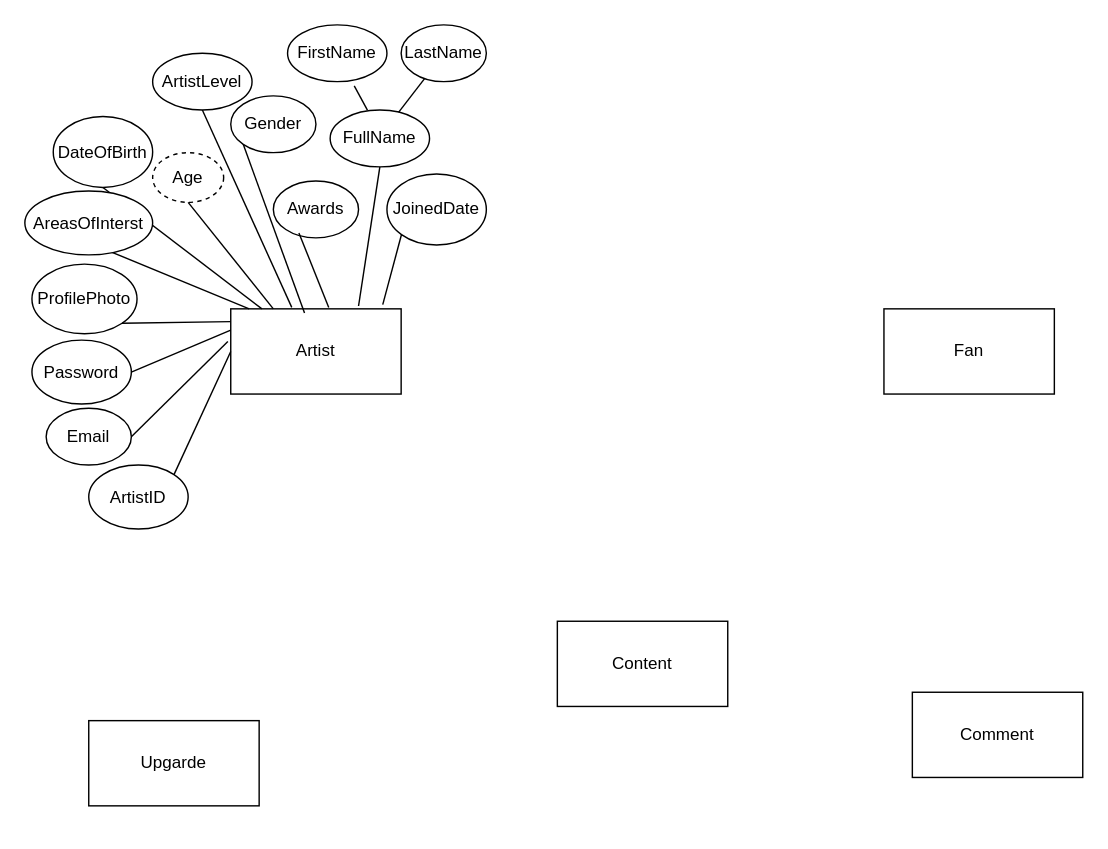
Earlier version of the draw.io diagram Untitled Diagram.drawio (deleshan/puthurep). Source tidied: cells renumbered, new cells numbered last; positions are measured from the earlier drawing's top-left corner, leaving out a move shared by most shapes. Both pictures are drawn from the tidied source at 142%, with x=0, y=0 at pixel (24, 24).
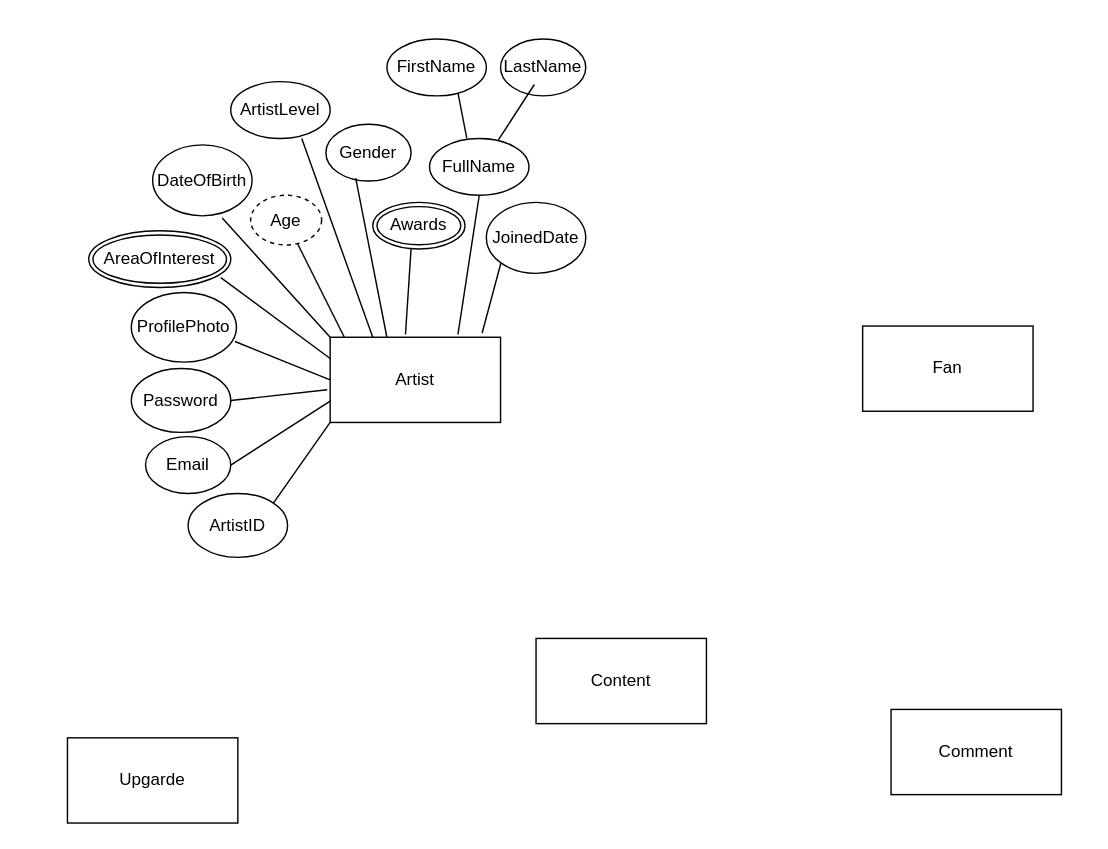
The same page after the edit.

Diff of the diagram source:
```diff
@@
     <mxCell id="2" value="Artist" style="rounded=0;whiteSpace=wrap;html=1;" parent="1" vertex="1">
-      <mxGeometry x="145" y="200" width="120" height="60" as="geometry" />
+      <mxGeometry x="215" y="220" width="120" height="60" as="geometry" />
     </mxCell>
     <mxCell id="3" value="Fan" style="rounded=0;whiteSpace=wrap;html=1;" parent="1" vertex="1">
-      <mxGeometry x="605" y="200" width="120" height="60" as="geometry" />
+      <mxGeometry x="590" y="212.1" width="120" height="60" as="geometry" />
     </mxCell>
     <mxCell id="4" value="Content" style="rounded=0;whiteSpace=wrap;html=1;" parent="1" vertex="1">
-      <mxGeometry x="375" y="420" width="120" height="60" as="geometry" />
+      <mxGeometry x="360" y="432.1" width="120" height="60" as="geometry" />
     </mxCell>
     <mxCell id="5" value="Comment" style="rounded=0;whiteSpace=wrap;html=1;" parent="1" vertex="1">
-      <mxGeometry x="625" y="470" width="120" height="60" as="geometry" />
+      <mxGeometry x="610" y="482.1" width="120" height="60" as="geometry" />
     </mxCell>
     <mxCell id="6" value="Upgarde" style="rounded=0;whiteSpace=wrap;html=1;" parent="1" vertex="1">
-      <mxGeometry x="45" y="490" width="120" height="60" as="geometry" />
+      <mxGeometry x="30" y="502.1" width="120" height="60" as="geometry" />
     </mxCell>
     <mxCell id="7" value="Email" style="ellipse;whiteSpace=wrap;html=1;" parent="1" vertex="1">
-      <mxGeometry x="15" y="270" width="60" height="40" as="geometry" />
+      <mxGeometry x="85" y="290" width="60" height="40" as="geometry" />
     </mxCell>
     <mxCell id="8" value="Password" style="ellipse;whiteSpace=wrap;html=1;" parent="1" vertex="1">
-      <mxGeometry x="5" y="222" width="70" height="45" as="geometry" />
+      <mxGeometry x="75" y="242" width="70" height="45" as="geometry" />
     </mxCell>
     <mxCell id="9" value="ProfilePhoto" style="ellipse;whiteSpace=wrap;html=1;" parent="1" vertex="1">
-      <mxGeometry x="5" y="168.5" width="74" height="49" as="geometry" />
+      <mxGeometry x="75" y="188.5" width="74" height="49" as="geometry" />
     </mxCell>
     <mxCell id="10" value="Age" style="ellipse;whiteSpace=wrap;html=1;dashed=1;" parent="1" vertex="1">
-      <mxGeometry x="90" y="90" width="50" height="35" as="geometry" />
+      <mxGeometry x="159" y="120" width="50" height="35" as="geometry" />
     </mxCell>
     <mxCell id="11" value="DateOfBirth" style="ellipse;whiteSpace=wrap;html=1;" parent="1" vertex="1">
-      <mxGeometry x="20" y="64.5" width="70" height="50" as="geometry" />
+      <mxGeometry x="90" y="84.5" width="70" height="50" as="geometry" />
     </mxCell>
     <mxCell id="12" value="FullName" style="ellipse;whiteSpace=wrap;html=1;" parent="1" vertex="1">
-      <mxGeometry x="215" y="60" width="70" height="40" as="geometry" />
+      <mxGeometry x="285" y="80" width="70" height="40" as="geometry" />
     </mxCell>
     <mxCell id="13" value="ArtistLevel" style="ellipse;whiteSpace=wrap;html=1;" parent="1" vertex="1">
-      <mxGeometry x="90" y="20" width="70" height="40" as="geometry" />
+      <mxGeometry x="145" y="40" width="70" height="40" as="geometry" />
     </mxCell>
-    <mxCell id="14" value="Awards" style="ellipse;whiteSpace=wrap;html=1;" parent="1" vertex="1">
-      <mxGeometry x="175" y="110" width="60" height="40" as="geometry" />
-    </mxCell>
     <mxCell id="15" value="Gender" style="ellipse;whiteSpace=wrap;html=1;" parent="1" vertex="1">
-      <mxGeometry x="145" y="50" width="60" height="40" as="geometry" />
+      <mxGeometry x="212" y="70" width="60" height="40" as="geometry" />
     </mxCell>
     <mxCell id="16" value="ArtistID" style="ellipse;whiteSpace=wrap;html=1;" parent="1" vertex="1">
-      <mxGeometry x="45" y="310" width="70" height="45" as="geometry" />
+      <mxGeometry x="115" y="330" width="70" height="45" as="geometry" />
     </mxCell>
-    <mxCell id="17" style="endArrow=none;html=1;rounded=0;entryX=0.678;entryY=0.956;entryDx=0;entryDy=0;entryPerimeter=0;" parent="1" edge="1" target="31">
-      <mxGeometry relative="1" as="geometry">
-        <mxPoint x="158" y="200" as="sourcePoint" />
-      </mxGeometry>
+    <mxCell id="17" style="endArrow=none;html=1;rounded=0;entryX=0.93;entryY=0.825;entryDx=0;entryDy=0;entryPerimeter=0;exitX=0;exitY=0.25;exitDx=0;exitDy=0;" parent="1" edge="1" source="2" target="35">
+      <mxGeometry relative="1" as="geometry" />
     </mxCell>
-    <mxCell id="18" style="endArrow=none;html=1;rounded=0;entryX=1;entryY=1;entryDx=0;entryDy=0;" parent="1" edge="1" target="9">
+    <mxCell id="18" style="endArrow=none;html=1;rounded=0;entryX=0.986;entryY=0.704;entryDx=0;entryDy=0;entryPerimeter=0;" parent="1" edge="1" target="9">
       <mxGeometry relative="1" as="geometry">
-        <mxPoint x="145" y="209" as="sourcePoint" />
+        <mxPoint x="215" y="250" as="sourcePoint" />
       </mxGeometry>
     </mxCell>
-    <mxCell id="19" style="endArrow=none;html=1;rounded=0;exitX=-0.017;exitY=0.383;exitDx=0;exitDy=0;exitPerimeter=0;entryX=1;entryY=0.5;entryDx=0;entryDy=0;" parent="1" edge="1" source="2" target="7">
+    <mxCell id="19" style="endArrow=none;html=1;rounded=0;exitX=0;exitY=0.75;exitDx=0;exitDy=0;entryX=1;entryY=0.5;entryDx=0;entryDy=0;" parent="1" edge="1" source="2" target="7">
       <mxGeometry relative="1" as="geometry" />
     </mxCell>
-    <mxCell id="20" style="endArrow=none;html=1;rounded=0;exitX=0;exitY=0.5;exitDx=0;exitDy=0;entryX=1;entryY=0;entryDx=0;entryDy=0;" parent="1" edge="1" source="2" target="16">
+    <mxCell id="20" style="endArrow=none;html=1;rounded=0;entryX=1;entryY=0;entryDx=0;entryDy=0;exitX=0;exitY=1;exitDx=0;exitDy=0;" parent="1" edge="1" source="2" target="16">
       <mxGeometry relative="1" as="geometry" />
     </mxCell>
-    <mxCell id="21" style="endArrow=none;html=1;rounded=0;exitX=0.183;exitY=0;exitDx=0;exitDy=0;exitPerimeter=0;entryX=0.5;entryY=1;entryDx=0;entryDy=0;" parent="1" edge="1" source="2" target="11">
+    <mxCell id="21" style="endArrow=none;html=1;rounded=0;exitX=0;exitY=0;exitDx=0;exitDy=0;entryX=0.7;entryY=1.03;entryDx=0;entryDy=0;entryPerimeter=0;" parent="1" edge="1" source="2" target="11">
       <mxGeometry relative="1" as="geometry" />
     </mxCell>
-    <mxCell id="22" style="endArrow=none;html=1;rounded=0;exitX=0.25;exitY=0;exitDx=0;exitDy=0;entryX=0.5;entryY=1;entryDx=0;entryDy=0;" parent="1" edge="1" source="2" target="10">
-      <mxGeometry relative="1" as="geometry" />
+    <mxCell id="22" style="endArrow=none;html=1;rounded=0;entryX=0.66;entryY=0.971;entryDx=0;entryDy=0;entryPerimeter=0;" parent="1" edge="1" target="10">
+      <mxGeometry relative="1" as="geometry">
+        <mxPoint x="225" y="220" as="sourcePoint" />
+      </mxGeometry>
     </mxCell>
-    <mxCell id="23" style="endArrow=none;html=1;rounded=0;entryX=0.5;entryY=1;entryDx=0;entryDy=0;exitX=0.358;exitY=-0.017;exitDx=0;exitDy=0;exitPerimeter=0;" parent="1" edge="1" source="2" target="13">
-      <mxGeometry relative="1" as="geometry" />
+    <mxCell id="23" style="endArrow=none;html=1;rounded=0;entryX=0.5;entryY=1;entryDx=0;entryDy=0;exitX=0.25;exitY=0;exitDx=0;exitDy=0;" parent="1" edge="1" source="2">
+      <mxGeometry relative="1" as="geometry">
+        <mxPoint x="195" y="80" as="targetPoint" />
+      </mxGeometry>
     </mxCell>
     <mxCell id="24" style="endArrow=none;html=1;rounded=0;entryX=0.5;entryY=1;entryDx=0;entryDy=0;" parent="1" edge="1" target="12">
       <mxGeometry relative="1" as="geometry">
-        <mxPoint x="235" y="198" as="sourcePoint" />
+        <mxPoint x="305" y="218" as="sourcePoint" />
       </mxGeometry>
     </mxCell>
-    <mxCell id="25" style="endArrow=none;html=1;rounded=0;exitX=0.433;exitY=0.05;exitDx=0;exitDy=0;entryX=0;entryY=1;entryDx=0;entryDy=0;exitPerimeter=0;" parent="1" edge="1" source="2" target="15">
+    <mxCell id="25" style="endArrow=none;html=1;rounded=0;exitX=0.333;exitY=0;exitDx=0;exitDy=0;entryX=0.35;entryY=0.95;entryDx=0;entryDy=0;exitPerimeter=0;entryPerimeter=0;" parent="1" edge="1" source="2" target="15">
       <mxGeometry relative="1" as="geometry" />
     </mxCell>
-    <mxCell id="26" style="endArrow=none;html=1;rounded=0;entryX=0.3;entryY=0.913;entryDx=0;entryDy=0;exitX=0.575;exitY=-0.017;exitDx=0;exitDy=0;exitPerimeter=0;entryPerimeter=0;" parent="1" edge="1" source="2" target="14">
+    <mxCell id="26" style="endArrow=none;html=1;rounded=0;entryX=0.415;entryY=1;entryDx=0;entryDy=0;exitX=0.442;exitY=-0.033;exitDx=0;exitDy=0;exitPerimeter=0;entryPerimeter=0;" parent="1" edge="1" source="2" target="14">
       <mxGeometry relative="1" as="geometry" />
     </mxCell>
     <mxCell id="27" value="FirstName" style="ellipse;whiteSpace=wrap;html=1;" parent="1" vertex="1">
-      <mxGeometry x="185" width="70" height="40" as="geometry" />
+      <mxGeometry x="255" y="10" width="70" height="40" as="geometry" />
     </mxCell>
     <mxCell id="28" value="LastName" style="ellipse;whiteSpace=wrap;html=1;" parent="1" vertex="1">
-      <mxGeometry x="265" width="60" height="40" as="geometry" />
+      <mxGeometry x="335" y="10" width="60" height="40" as="geometry" />
     </mxCell>
-    <mxCell id="29" style="endArrow=none;html=1;rounded=0;exitX=0.375;exitY=0;exitDx=0;exitDy=0;exitPerimeter=0;entryX=0.671;entryY=1.075;entryDx=0;entryDy=0;entryPerimeter=0;" parent="1" edge="1" source="12" target="27">
-      <mxGeometry relative="1" as="geometry" />
+    <mxCell id="29" style="endArrow=none;html=1;rounded=0;exitX=0.375;exitY=0;exitDx=0;exitDy=0;exitPerimeter=0;entryX=0.5;entryY=1;entryDx=0;entryDy=0;" parent="1" edge="1" source="12">
+      <mxGeometry relative="1" as="geometry">
+        <mxPoint x="305" y="47.9" as="targetPoint" />
+      </mxGeometry>
     </mxCell>
-    <mxCell id="30" style="endArrow=none;html=1;rounded=0;exitX=0.688;exitY=0.04;exitDx=0;exitDy=0;exitPerimeter=0;" parent="1" edge="1" source="12" target="28">
-      <mxGeometry relative="1" as="geometry" />
+    <mxCell id="30" style="endArrow=none;html=1;rounded=0;exitX=0.688;exitY=0.04;exitDx=0;exitDy=0;exitPerimeter=0;entryX=0;entryY=1;entryDx=0;entryDy=0;" parent="1" edge="1" source="12">
+      <mxGeometry relative="1" as="geometry">
+        <mxPoint x="358.8" y="42" as="targetPoint" />
+      </mxGeometry>
     </mxCell>
-    <mxCell id="31" value="AreasOfInterst" style="ellipse;whiteSpace=wrap;html=1;" parent="1" vertex="1">
-      <mxGeometry y="117" width="90" height="45" as="geometry" />
-    </mxCell>
     <mxCell id="32" value="JoinedDate" style="ellipse;whiteSpace=wrap;html=1;" parent="1" vertex="1">
-      <mxGeometry x="255" y="105" width="70" height="50" as="geometry" />
+      <mxGeometry x="325" y="125" width="70" height="50" as="geometry" />
     </mxCell>
@@
-    <mxCell id="34" style="endArrow=none;html=1;rounded=0;entryX=1;entryY=0.5;entryDx=0;entryDy=0;exitX=0;exitY=0.25;exitDx=0;exitDy=0;" parent="1" edge="1" source="2" target="8">
+    <mxCell id="34" style="endArrow=none;html=1;rounded=0;entryX=1;entryY=0.5;entryDx=0;entryDy=0;exitX=-0.017;exitY=0.617;exitDx=0;exitDy=0;exitPerimeter=0;" parent="1" edge="1" source="2" target="8">
       <mxGeometry relative="1" as="geometry" />
     </mxCell>
+    <mxCell id="14" value="Awards" style="ellipse;shape=doubleEllipse;margin=3;whiteSpace=wrap;html=1;align=center;" parent="1" vertex="1">
+      <mxGeometry x="245" y="125" width="65" height="32.9" as="geometry" />
+    </mxCell>
+    <mxCell id="35" value="AreaOfInterest" style="ellipse;shape=doubleEllipse;margin=3;whiteSpace=wrap;html=1;align=center;" parent="1" vertex="1">
+      <mxGeometry x="45" y="145" width="100" height="40" as="geometry" />
+    </mxCell>
```
